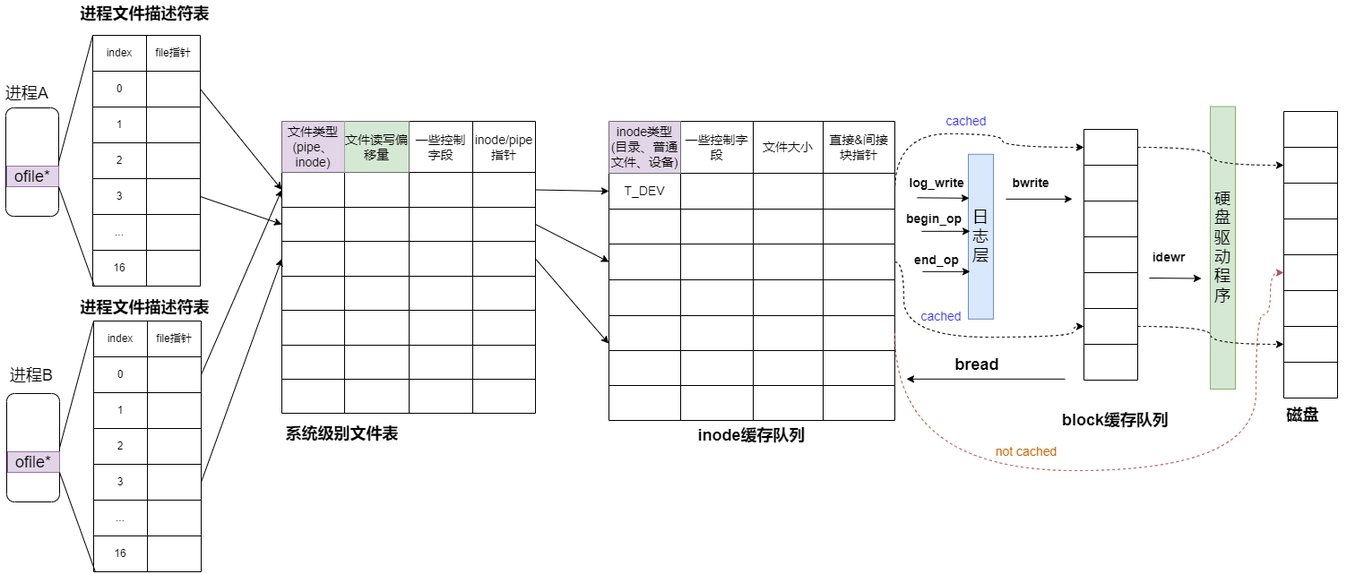
This is OS/xv6_文件系统_总图.drawio.png from SixPlusAndTimes/drawio, a draw.io export, as it was before one commit. Source tidied: cells renumbered, new cells last; positions are measured from the earlier drawing's top-left corner, leaving out a move shared by most shapes.
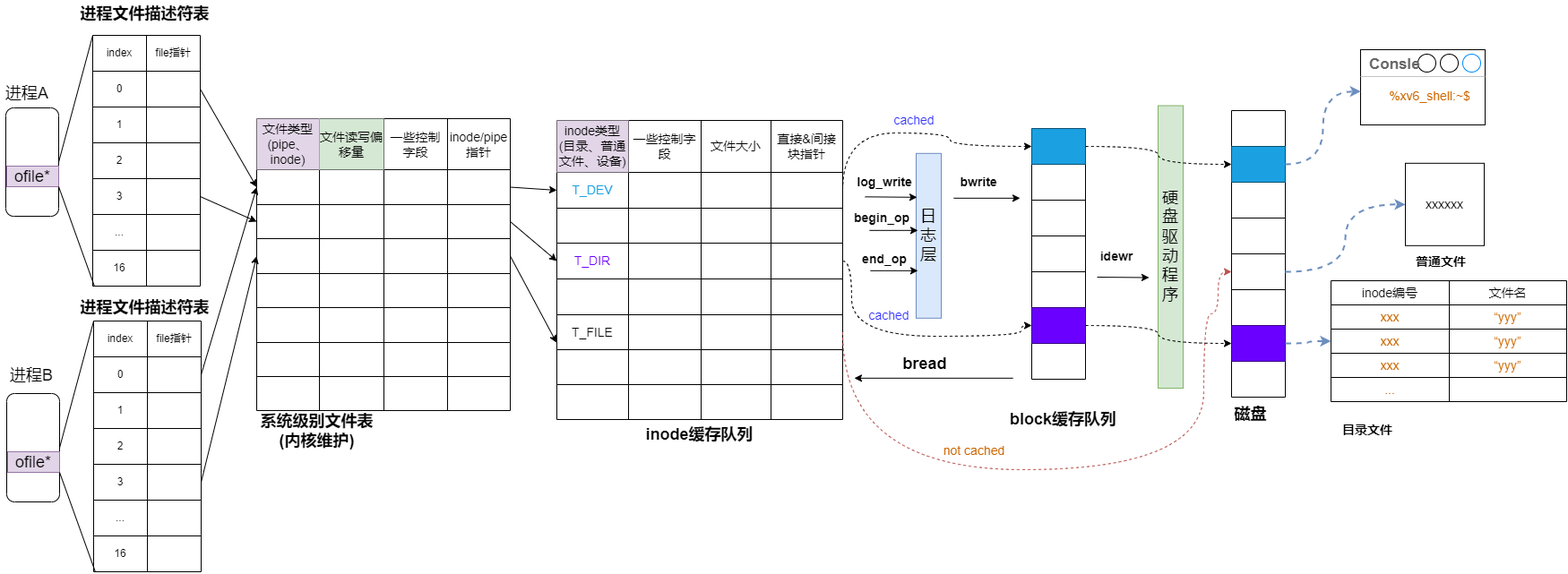
Above is the later version.

Commit message:
更新xv6_文件系统_总图.drawio.png

Diff of the diagram source:
```diff
@@ -3,10 +3,10 @@
     <mxCell id="0" />
     <mxCell id="1" parent="0" />
     <mxCell id="2" style="rounded=1;whiteSpace=wrap;html=1;" parent="1" vertex="1">
-      <mxGeometry x="6" y="120" width="59" height="121" as="geometry" />
+      <mxGeometry x="64" y="121" width="59" height="121" as="geometry" />
     </mxCell>
     <mxCell id="3" style="shape=table;startSize=0;" parent="1" vertex="1">
-      <mxGeometry x="103" y="39" width="120" height="280" as="geometry" />
+      <mxGeometry x="161" y="40" width="120" height="280" as="geometry" />
     </mxCell>
     <mxCell id="4" style="shape=tableRow;horizontal=0;startSize=0;swimlaneHead=0;swimlaneBody=0;top=0;left=0;bottom=0;right=0;fillColor=none;points=[[0,0.5],[1,0.5]];portConstraint=eastwest;" parent="3" vertex="1">
       <mxGeometry width="120" height="40" as="geometry" />
@@ -72,7 +72,7 @@
       <mxGeometry x="60" width="60" height="40" as="geometry" />
     </mxCell>
     <mxCell id="25" style="shape=table;startSize=0;fontSize=14;" parent="1" vertex="1">
-      <mxGeometry x="314" y="135" width="283" height="326" as="geometry" />
+      <mxGeometry x="344" y="133" width="283" height="326" as="geometry" />
     </mxCell>
     <mxCell id="26" style="shape=tableRow;horizontal=0;startSize=0;swimlaneHead=0;swimlaneBody=0;top=0;left=0;bottom=0;right=0;fillColor=none;fontSize=14;" parent="25" vertex="1">
       <mxGeometry width="283" height="57" as="geometry" />
@@ -194,8 +194,8 @@
     <mxCell id="65" style="shape=partialRectangle;html=1;whiteSpace=wrap;overflow=hidden;fillColor=none;top=0;left=0;bottom=0;right=0;fontSize=14;" parent="61" vertex="1">
       <mxGeometry x="213" width="70" height="38" as="geometry" />
     </mxCell>
-    <mxCell id="66" value="&lt;font style=&quot;font-size: 18px;&quot;&gt;&lt;b&gt;系统级别文件表&lt;/b&gt;&lt;/font&gt;" style="text;html=1;strokeColor=none;fillColor=none;align=center;verticalAlign=middle;whiteSpace=wrap;rounded=0;" parent="1" vertex="1">
-      <mxGeometry x="314" y="467" width="135" height="34" as="geometry" />
+    <mxCell id="66" value="&lt;font style=&quot;font-size: 18px;&quot;&gt;&lt;b&gt;系统级别文件表(内核维护)&lt;/b&gt;&lt;/font&gt;" style="text;html=1;strokeColor=none;fillColor=none;align=center;verticalAlign=middle;whiteSpace=wrap;rounded=0;" parent="1" vertex="1">
+      <mxGeometry x="344" y="465" width="135" height="34" as="geometry" />
     </mxCell>
     <mxCell id="67" value="&lt;font style=&quot;font-size: 18px;&quot;&gt;&lt;b&gt;inode缓存队列&lt;/b&gt;&lt;/font&gt;" style="text;html=1;strokeColor=none;fillColor=none;align=center;verticalAlign=middle;whiteSpace=wrap;rounded=0;" parent="1" vertex="1">
       <mxGeometry x="771" y="469" width="135" height="34" as="geometry" />
@@ -221,7 +221,7 @@
     <mxCell id="74" style="shape=tableRow;horizontal=0;startSize=0;swimlaneHead=0;swimlaneBody=0;top=0;left=0;bottom=0;right=0;fillColor=none;points=[[0,0.5],[1,0.5]];portConstraint=eastwest;fontSize=14;" parent="68" vertex="1">
       <mxGeometry y="58" width="319" height="40" as="geometry" />
     </mxCell>
-    <mxCell id="75" value="T_DEV" style="shape=partialRectangle;html=1;whiteSpace=wrap;overflow=hidden;fillColor=none;top=0;left=0;bottom=0;right=0;fontSize=14;" parent="74" vertex="1">
+    <mxCell id="75" value="&lt;font color=&quot;#1ba1e2&quot;&gt;T_DEV&lt;/font&gt;" style="shape=partialRectangle;html=1;whiteSpace=wrap;overflow=hidden;fillColor=none;top=0;left=0;bottom=0;right=0;fontSize=14;" parent="74" vertex="1">
       <mxGeometry width="80" height="40" as="geometry" />
     </mxCell>
     <mxCell id="76" style="shape=partialRectangle;html=1;whiteSpace=wrap;overflow=hidden;fillColor=none;top=0;left=0;bottom=0;right=0;fontSize=14;" parent="74" vertex="1">
@@ -251,7 +251,7 @@
     <mxCell id="84" style="shape=tableRow;horizontal=0;startSize=0;swimlaneHead=0;swimlaneBody=0;top=0;left=0;bottom=0;right=0;fillColor=none;points=[[0,0.5],[1,0.5]];portConstraint=eastwest;fontSize=14;" parent="68" vertex="1">
       <mxGeometry y="137" width="319" height="40" as="geometry" />
     </mxCell>
-    <mxCell id="85" style="shape=partialRectangle;html=1;whiteSpace=wrap;overflow=hidden;fillColor=none;top=0;left=0;bottom=0;right=0;fontSize=14;" parent="84" vertex="1">
+    <mxCell id="85" value="&lt;font color=&quot;#6a00ff&quot;&gt;T_DIR&lt;/font&gt;" style="shape=partialRectangle;html=1;whiteSpace=wrap;overflow=hidden;fillColor=none;top=0;left=0;bottom=0;right=0;fontSize=14;" parent="84" vertex="1">
       <mxGeometry width="80" height="40" as="geometry" />
     </mxCell>
     <mxCell id="86" style="shape=partialRectangle;html=1;whiteSpace=wrap;overflow=hidden;fillColor=none;top=0;left=0;bottom=0;right=0;fontSize=14;" parent="84" vertex="1">
@@ -281,7 +281,7 @@
     <mxCell id="94" style="shape=tableRow;horizontal=0;startSize=0;swimlaneHead=0;swimlaneBody=0;top=0;left=0;bottom=0;right=0;fillColor=none;points=[[0,0.5],[1,0.5]];portConstraint=eastwest;fontSize=14;" parent="68" vertex="1">
       <mxGeometry y="217" width="319" height="39" as="geometry" />
     </mxCell>
-    <mxCell id="95" style="shape=partialRectangle;html=1;whiteSpace=wrap;overflow=hidden;fillColor=none;top=0;left=0;bottom=0;right=0;fontSize=14;" parent="94" vertex="1">
+    <mxCell id="95" value="T_FILE" style="shape=partialRectangle;html=1;whiteSpace=wrap;overflow=hidden;fillColor=none;top=0;left=0;bottom=0;right=0;fontSize=14;" parent="94" vertex="1">
       <mxGeometry width="80" height="39" as="geometry" />
     </mxCell>
     <mxCell id="96" style="shape=partialRectangle;html=1;whiteSpace=wrap;overflow=hidden;fillColor=none;top=0;left=0;bottom=0;right=0;fontSize=14;" parent="94" vertex="1">
@@ -332,7 +332,7 @@
     <mxCell id="111" style="shape=tableRow;horizontal=0;startSize=0;swimlaneHead=0;swimlaneBody=0;top=0;left=0;bottom=0;right=0;fillColor=none;points=[[0,0.5],[1,0.5]];portConstraint=eastwest;fontSize=18;" parent="110" vertex="1">
       <mxGeometry width="60" height="40" as="geometry" />
     </mxCell>
-    <mxCell id="112" style="shape=partialRectangle;html=1;whiteSpace=wrap;overflow=hidden;fillColor=none;top=0;left=0;bottom=0;right=0;fontSize=18;" parent="111" vertex="1">
+    <mxCell id="112" style="shape=partialRectangle;html=1;whiteSpace=wrap;overflow=hidden;fillColor=#1ba1e2;top=0;left=0;bottom=0;right=0;fontSize=18;fontColor=#ffffff;strokeColor=#006EAF;" parent="111" vertex="1">
       <mxGeometry width="60" height="40" as="geometry" />
     </mxCell>
     <mxCell id="113" style="shape=tableRow;horizontal=0;startSize=0;swimlaneHead=0;swimlaneBody=0;top=0;left=0;bottom=0;right=0;fillColor=none;fontSize=18;" parent="110" vertex="1">
@@ -362,7 +362,7 @@
     <mxCell id="121" style="shape=tableRow;horizontal=0;startSize=0;swimlaneHead=0;swimlaneBody=0;top=0;left=0;bottom=0;right=0;fillColor=none;points=[[0,0.5],[1,0.5]];portConstraint=eastwest;fontSize=18;" parent="110" vertex="1">
       <mxGeometry y="200" width="60" height="40" as="geometry" />
     </mxCell>
-    <mxCell id="122" style="shape=partialRectangle;html=1;whiteSpace=wrap;overflow=hidden;fillColor=none;top=0;left=0;bottom=0;right=0;fontSize=18;" parent="121" vertex="1">
+    <mxCell id="122" style="shape=partialRectangle;html=1;whiteSpace=wrap;overflow=hidden;fillColor=#6a00ff;top=0;left=0;bottom=0;right=0;fontSize=18;fontColor=#ffffff;strokeColor=#3700CC;" parent="121" vertex="1">
       <mxGeometry width="60" height="40" as="geometry" />
     </mxCell>
     <mxCell id="123" style="shape=tableRow;horizontal=0;startSize=0;swimlaneHead=0;swimlaneBody=0;top=0;left=0;bottom=0;right=0;fillColor=none;fontSize=18;" parent="110" vertex="1">
@@ -386,7 +386,7 @@
     <mxCell id="129" style="shape=tableRow;horizontal=0;startSize=0;swimlaneHead=0;swimlaneBody=0;top=0;left=0;bottom=0;right=0;fillColor=none;points=[[0,0.5],[1,0.5]];portConstraint=eastwest;fontSize=18;" parent="126" vertex="1">
       <mxGeometry y="40" width="60" height="40" as="geometry" />
     </mxCell>
-    <mxCell id="130" style="shape=partialRectangle;html=1;whiteSpace=wrap;overflow=hidden;fillColor=none;top=0;left=0;bottom=0;right=0;fontSize=18;" parent="129" vertex="1">
+    <mxCell id="130" style="shape=partialRectangle;html=1;whiteSpace=wrap;overflow=hidden;fillColor=#1ba1e2;top=0;left=0;bottom=0;right=0;fontSize=18;fontColor=#ffffff;strokeColor=#006EAF;" parent="129" vertex="1">
       <mxGeometry width="60" height="40" as="geometry" />
     </mxCell>
     <mxCell id="131" style="shape=tableRow;horizontal=0;startSize=0;swimlaneHead=0;swimlaneBody=0;top=0;left=0;bottom=0;right=0;fillColor=none;fontSize=18;" parent="126" vertex="1">
@@ -416,7 +416,7 @@
     <mxCell id="139" style="shape=tableRow;horizontal=0;startSize=0;swimlaneHead=0;swimlaneBody=0;top=0;left=0;bottom=0;right=0;fillColor=none;points=[[0,0.5],[1,0.5]];portConstraint=eastwest;fontSize=18;" parent="126" vertex="1">
       <mxGeometry y="240" width="60" height="40" as="geometry" />
     </mxCell>
-    <mxCell id="140" style="shape=partialRectangle;html=1;whiteSpace=wrap;overflow=hidden;fillColor=none;top=0;left=0;bottom=0;right=0;fontSize=18;" parent="139" vertex="1">
+    <mxCell id="140" style="shape=partialRectangle;html=1;whiteSpace=wrap;overflow=hidden;fillColor=#6a00ff;top=0;left=0;bottom=0;right=0;fontSize=18;fontColor=#ffffff;strokeColor=#3700CC;" parent="139" vertex="1">
       <mxGeometry width="60" height="40" as="geometry" />
     </mxCell>
     <mxCell id="141" style="shape=tableRow;horizontal=0;startSize=0;swimlaneHead=0;swimlaneBody=0;top=0;left=0;bottom=0;right=0;fillColor=none;fontSize=18;" parent="126" vertex="1">
@@ -432,10 +432,10 @@
       <mxGeometry x="1350" y="118.5" width="28" height="315.5" as="geometry" />
     </mxCell>
     <mxCell id="145" value="进程A" style="text;html=1;strokeColor=none;fillColor=none;align=center;verticalAlign=middle;whiteSpace=wrap;rounded=0;fontSize=18;" parent="1" vertex="1">
-      <mxGeometry y="88.5" width="60" height="30" as="geometry" />
+      <mxGeometry x="58" y="89.5" width="60" height="30" as="geometry" />
     </mxCell>
     <mxCell id="146" value="ofile*" style="rounded=0;whiteSpace=wrap;html=1;fontSize=18;fillColor=#e1d5e7;strokeColor=#9673a6;" parent="1" vertex="1">
-      <mxGeometry x="7" y="185" width="58" height="23" as="geometry" />
+      <mxGeometry x="65" y="186" width="58" height="23" as="geometry" />
     </mxCell>
     <mxCell id="147" style="endArrow=none;html=1;rounded=0;fontSize=18;exitX=1;exitY=0.5;exitDx=0;exitDy=0;entryX=0;entryY=0.004;entryDx=0;entryDy=0;entryPerimeter=0;" parent="1" edge="1" source="2" target="4">
       <mxGeometry relative="1" as="geometry" />
@@ -444,13 +444,13 @@
       <mxGeometry relative="1" as="geometry" />
     </mxCell>
     <mxCell id="149" value="&lt;font style=&quot;font-size: 18px;&quot;&gt;&lt;b&gt;进程文件描述符表&lt;/b&gt;&lt;/font&gt;" style="text;html=1;strokeColor=none;fillColor=none;align=center;verticalAlign=middle;whiteSpace=wrap;rounded=0;" parent="1" vertex="1">
-      <mxGeometry x="86" width="150.5" height="30" as="geometry" />
+      <mxGeometry x="144" y="1" width="150.5" height="30" as="geometry" />
     </mxCell>
     <mxCell id="150" style="rounded=1;whiteSpace=wrap;html=1;" parent="1" vertex="1">
-      <mxGeometry x="7" y="439" width="59" height="121" as="geometry" />
+      <mxGeometry x="65" y="440" width="59" height="121" as="geometry" />
     </mxCell>
     <mxCell id="151" style="shape=table;startSize=0;" parent="1" vertex="1">
-      <mxGeometry x="104" y="358" width="120" height="280" as="geometry" />
+      <mxGeometry x="162" y="359" width="120" height="280" as="geometry" />
     </mxCell>
     <mxCell id="152" style="shape=tableRow;horizontal=0;startSize=0;swimlaneHead=0;swimlaneBody=0;top=0;left=0;bottom=0;right=0;fillColor=none;points=[[0,0.5],[1,0.5]];portConstraint=eastwest;" parent="151" vertex="1">
       <mxGeometry width="120" height="40" as="geometry" />
@@ -516,7 +516,7 @@
       <mxGeometry x="60" width="60" height="40" as="geometry" />
     </mxCell>
     <mxCell id="173" value="ofile*" style="rounded=0;whiteSpace=wrap;html=1;fontSize=18;fillColor=#e1d5e7;strokeColor=#9673a6;" parent="1" vertex="1">
-      <mxGeometry x="8" y="504" width="58" height="23" as="geometry" />
+      <mxGeometry x="66" y="505" width="58" height="23" as="geometry" />
     </mxCell>
     <mxCell id="174" style="endArrow=none;html=1;rounded=0;fontSize=18;exitX=1;exitY=0.5;exitDx=0;exitDy=0;entryX=0;entryY=0.004;entryDx=0;entryDy=0;entryPerimeter=0;" parent="1" edge="1" source="150" target="152">
       <mxGeometry relative="1" as="geometry" />
@@ -525,10 +525,10 @@
       <mxGeometry relative="1" as="geometry" />
     </mxCell>
     <mxCell id="176" value="&lt;font style=&quot;font-size: 18px;&quot;&gt;&lt;b&gt;进程文件描述符表&lt;/b&gt;&lt;/font&gt;" style="text;html=1;strokeColor=none;fillColor=none;align=center;verticalAlign=middle;whiteSpace=wrap;rounded=0;" parent="1" vertex="1">
-      <mxGeometry x="86" y="328" width="150.5" height="30" as="geometry" />
+      <mxGeometry x="144" y="329" width="150.5" height="30" as="geometry" />
     </mxCell>
     <mxCell id="177" value="进程B" style="text;html=1;strokeColor=none;fillColor=none;align=center;verticalAlign=middle;whiteSpace=wrap;rounded=0;fontSize=18;" parent="1" vertex="1">
-      <mxGeometry x="5" y="404" width="60" height="30" as="geometry" />
+      <mxGeometry x="63" y="405" width="60" height="30" as="geometry" />
     </mxCell>
     <mxCell id="178" style="rounded=0;jettySize=auto;html=1;exitX=1;exitY=0.5;exitDx=0;exitDy=0;entryX=0;entryY=0.5;entryDx=0;entryDy=0;fontSize=18;" parent="1" edge="1" source="7" target="31">
       <mxGeometry relative="1" as="geometry" />
@@ -650,5 +650,77 @@
     <mxCell id="204" style="edgeStyle=orthogonalEdgeStyle;curved=1;rounded=0;jettySize=auto;html=1;exitX=1;exitY=0.5;exitDx=0;exitDy=0;entryX=0;entryY=0.5;entryDx=0;entryDy=0;dashed=1;fontSize=14;fontColor=#CC6600;" parent="1" edge="1" source="121" target="139">
       <mxGeometry relative="1" as="geometry" />
     </mxCell>
+    <mxCell id="205" value="&lt;b&gt;Consle&lt;/b&gt;" style="strokeWidth=1;shadow=0;dashed=0;align=center;html=1;shape=mxgraph.mockup.containers.window;align=left;verticalAlign=top;spacingLeft=8;strokeColor2=#008cff;strokeColor3=#c4c4c4;fontColor=#666666;mainText=;fontSize=17;labelBackgroundColor=none;" parent="1" vertex="1">
+      <mxGeometry x="1576" y="56" width="139" height="84" as="geometry" />
+    </mxCell>
+    <mxCell id="206" style="edgeStyle=orthogonalEdgeStyle;curved=1;rounded=0;jettySize=auto;html=1;exitX=1;exitY=0.5;exitDx=0;exitDy=0;entryX=0.002;entryY=0.555;entryDx=0;entryDy=0;entryPerimeter=0;dashed=1;fontSize=14;fontColor=#CC6600;fillColor=#dae8fc;strokeColor=#6c8ebf;strokeWidth=2;" parent="1" edge="1" source="129" target="205">
+      <mxGeometry relative="1" as="geometry" />
+    </mxCell>
+    <mxCell id="207" style="edgeStyle=orthogonalEdgeStyle;curved=1;rounded=0;jettySize=auto;html=1;exitX=1;exitY=0.5;exitDx=0;exitDy=0;entryX=0;entryY=0.5;entryDx=0;entryDy=0;dashed=1;fontSize=14;fontColor=#CC6600;fillColor=#dae8fc;strokeColor=#6c8ebf;strokeWidth=2;" parent="1" edge="1" source="139" target="217">
+      <mxGeometry relative="1" as="geometry" />
+    </mxCell>
+    <mxCell id="208" value="%xv6_shell:~$" style="text;html=1;strokeColor=none;fillColor=none;align=center;verticalAlign=middle;whiteSpace=wrap;rounded=0;fontSize=14;fontColor=#CC6600;" parent="1" vertex="1">
+      <mxGeometry x="1600" y="95" width="107" height="25" as="geometry" />
+    </mxCell>
+    <mxCell id="209" value="&lt;b&gt;&lt;font color=&quot;#000000&quot;&gt;目录文件&lt;/font&gt;&lt;/b&gt;" style="text;html=1;strokeColor=none;fillColor=none;align=center;verticalAlign=middle;whiteSpace=wrap;rounded=0;fontSize=14;fontColor=#CC6600;" parent="1" vertex="1">
+      <mxGeometry x="1554" y="465.5" width="60" height="30" as="geometry" />
+    </mxCell>
+    <mxCell id="210" style="shape=table;startSize=0;fontSize=14;fontColor=#CC6600;" parent="1" vertex="1">
+      <mxGeometry x="1543" y="314" width="263" height="135" as="geometry" />
+    </mxCell>
+    <mxCell id="211" style="shape=tableRow;horizontal=0;startSize=0;swimlaneHead=0;swimlaneBody=0;top=0;left=0;bottom=0;right=0;fillColor=none;fontSize=14;fontColor=#CC6600;" parent="210" vertex="1">
+      <mxGeometry width="263" height="27" as="geometry" />
+    </mxCell>
+    <mxCell id="212" value="&lt;font color=&quot;#000000&quot;&gt;inode编号&lt;/font&gt;" style="shape=partialRectangle;html=1;whiteSpace=wrap;overflow=hidden;fillColor=none;top=0;left=0;bottom=0;right=0;fontSize=14;fontColor=#CC6600;" parent="211" vertex="1">
+      <mxGeometry width="132" height="27" as="geometry" />
+    </mxCell>
+    <mxCell id="213" value="&lt;font color=&quot;#000000&quot;&gt;文件名&lt;/font&gt;" style="shape=partialRectangle;html=1;whiteSpace=wrap;overflow=hidden;fillColor=none;top=0;left=0;bottom=0;right=0;fontSize=14;fontColor=#CC6600;" parent="211" vertex="1">
+      <mxGeometry x="132" width="131" height="27" as="geometry" />
+    </mxCell>
+    <mxCell id="214" style="shape=tableRow;horizontal=0;startSize=0;swimlaneHead=0;swimlaneBody=0;top=0;left=0;bottom=0;right=0;fillColor=none;fontSize=14;fontColor=#CC6600;" parent="210" vertex="1">
+      <mxGeometry y="27" width="263" height="27" as="geometry" />
+    </mxCell>
+    <mxCell id="215" value="xxx" style="shape=partialRectangle;html=1;whiteSpace=wrap;overflow=hidden;fillColor=none;top=0;left=0;bottom=0;right=0;fontSize=14;fontColor=#CC6600;" parent="214" vertex="1">
+      <mxGeometry width="132" height="27" as="geometry" />
+    </mxCell>
+    <mxCell id="216" value="“yyy”" style="shape=partialRectangle;html=1;whiteSpace=wrap;overflow=hidden;fillColor=none;top=0;left=0;bottom=0;right=0;fontSize=14;fontColor=#CC6600;" parent="214" vertex="1">
+      <mxGeometry x="132" width="131" height="27" as="geometry" />
+    </mxCell>
+    <mxCell id="217" style="shape=tableRow;horizontal=0;startSize=0;swimlaneHead=0;swimlaneBody=0;top=0;left=0;bottom=0;right=0;fillColor=none;points=[[0,0.5],[1,0.5]];portConstraint=eastwest;fontSize=14;fontColor=#CC6600;" parent="210" vertex="1">
+      <mxGeometry y="54" width="263" height="27" as="geometry" />
+    </mxCell>
+    <mxCell id="218" value="xxx" style="shape=partialRectangle;html=1;whiteSpace=wrap;overflow=hidden;fillColor=none;top=0;left=0;bottom=0;right=0;fontSize=14;fontColor=#CC6600;" parent="217" vertex="1">
+      <mxGeometry width="132" height="27" as="geometry" />
+    </mxCell>
+    <mxCell id="219" value="“yyy”" style="shape=partialRectangle;html=1;whiteSpace=wrap;overflow=hidden;fillColor=none;top=0;left=0;bottom=0;right=0;fontSize=14;fontColor=#CC6600;" parent="217" vertex="1">
+      <mxGeometry x="132" width="131" height="27" as="geometry" />
+    </mxCell>
+    <mxCell id="220" style="shape=tableRow;horizontal=0;startSize=0;swimlaneHead=0;swimlaneBody=0;top=0;left=0;bottom=0;right=0;fillColor=none;fontSize=14;fontColor=#CC6600;" parent="210" vertex="1">
+      <mxGeometry y="81" width="263" height="27" as="geometry" />
+    </mxCell>
+    <mxCell id="221" value="xxx" style="shape=partialRectangle;html=1;whiteSpace=wrap;overflow=hidden;fillColor=none;top=0;left=0;bottom=0;right=0;fontSize=14;fontColor=#CC6600;" parent="220" vertex="1">
+      <mxGeometry width="132" height="27" as="geometry" />
+    </mxCell>
+    <mxCell id="222" value="“yyy”" style="shape=partialRectangle;html=1;whiteSpace=wrap;overflow=hidden;fillColor=none;top=0;left=0;bottom=0;right=0;fontSize=14;fontColor=#CC6600;" parent="220" vertex="1">
+      <mxGeometry x="132" width="131" height="27" as="geometry" />
+    </mxCell>
+    <mxCell id="223" style="shape=tableRow;horizontal=0;startSize=0;swimlaneHead=0;swimlaneBody=0;top=0;left=0;bottom=0;right=0;fillColor=none;fontSize=14;fontColor=#CC6600;" parent="210" vertex="1">
+      <mxGeometry y="108" width="263" height="27" as="geometry" />
+    </mxCell>
+    <mxCell id="224" value="..." style="shape=partialRectangle;html=1;whiteSpace=wrap;overflow=hidden;fillColor=none;top=0;left=0;bottom=0;right=0;fontSize=14;fontColor=#CC6600;" parent="223" vertex="1">
+      <mxGeometry width="132" height="27" as="geometry" />
+    </mxCell>
+    <mxCell id="225" style="shape=partialRectangle;html=1;whiteSpace=wrap;overflow=hidden;fillColor=none;top=0;left=0;bottom=0;right=0;fontSize=14;fontColor=#CC6600;" parent="223" vertex="1">
+      <mxGeometry x="132" width="131" height="27" as="geometry" />
+    </mxCell>
+    <mxCell id="226" style="edgeStyle=orthogonalEdgeStyle;curved=1;rounded=0;jettySize=auto;html=1;exitX=1;exitY=0.5;exitDx=0;exitDy=0;dashed=1;fontSize=14;fontColor=#000000;entryX=0;entryY=0.5;entryDx=0;entryDy=0;fillColor=#dae8fc;strokeColor=#6c8ebf;strokeWidth=2;" parent="1" edge="1" source="135" target="227">
+      <mxGeometry relative="1" as="geometry" />
+    </mxCell>
+    <mxCell id="227" value="xxxxxx" style="rounded=0;whiteSpace=wrap;html=1;fontSize=14;fontColor=#000000;" parent="1" vertex="1">
+      <mxGeometry x="1626" y="182.8" width="88" height="92" as="geometry" />
+    </mxCell>
+    <mxCell id="228" value="&lt;span style=&quot;color: rgb(0, 0, 0);&quot;&gt;&lt;b&gt;普通文件&lt;/b&gt;&lt;/span&gt;" style="text;html=1;strokeColor=none;fillColor=none;align=center;verticalAlign=middle;whiteSpace=wrap;rounded=0;fontSize=14;fontColor=#CC6600;" parent="1" vertex="1">
+      <mxGeometry x="1636" y="278" width="60" height="30" as="geometry" />
+    </mxCell>
   </root>
 </mxGraphModel>
```
